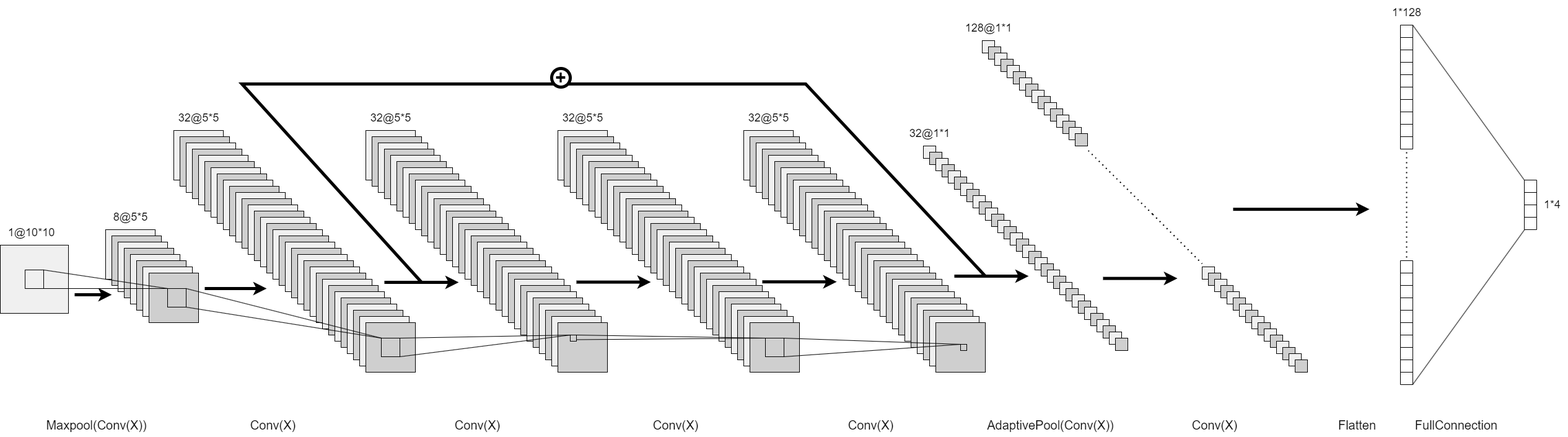
Before: cnn.drawio.png, a diagram exported from draw.io (Purer-lyk/network_pic). Source tidied: cells renumbered, new cells last; positions are measured from the earlier drawing's top-left corner, leaving out a move shared by most shapes.
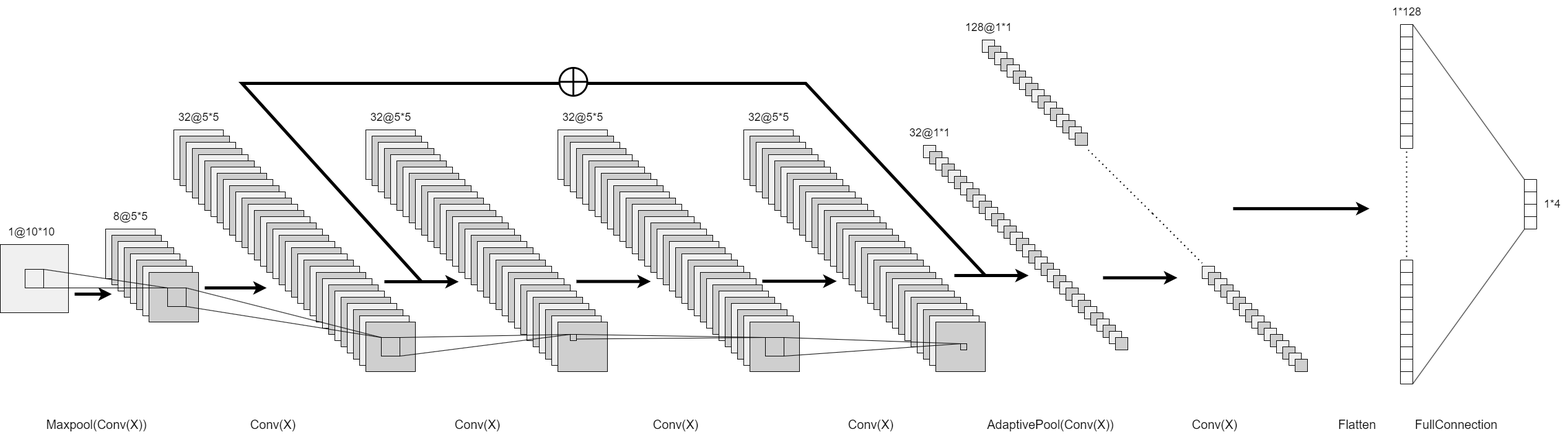
The same file after the commit.

Change to the diagram source:
```diff
@@ -917,9 +917,6 @@
         </Array>
       </mxGeometry>
     </mxCell>
-    <mxCell id="295" value="&lt;font style=&quot;font-size: 30px;&quot;&gt;+&lt;/font&gt;" style="ellipse;whiteSpace=wrap;html=1;fontStyle=1;strokeWidth=5;" parent="1" vertex="1">
-      <mxGeometry x="890" y="110" width="30" height="30" as="geometry" />
-    </mxCell>
     <mxCell id="296" value="&lt;font style=&quot;font-size: 20px;&quot;&gt;Conv(X)&lt;br&gt;&lt;/font&gt;" style="text;html=1;align=center;verticalAlign=middle;strokeColor=none;fillColor=none;" parent="1" vertex="1">
       <mxGeometry x="1910" y="665" width="100" height="40" as="geometry" />
     </mxCell>
@@ -947,5 +944,8 @@
     <mxCell id="303" value="&lt;font style=&quot;font-size: 18px;&quot;&gt;1*4&lt;/font&gt;" style="text;html=1;align=center;verticalAlign=middle;strokeColor=none;fillColor=none;" parent="1" vertex="1">
       <mxGeometry x="2480" y="310" width="50" height="40" as="geometry" />
     </mxCell>
+    <mxCell id="304" style="verticalLabelPosition=bottom;verticalAlign=top;html=1;shape=mxgraph.flowchart.summing_function;strokeWidth=3;" parent="1" vertex="1">
+      <mxGeometry x="902.5" y="110" width="45" height="45" as="geometry" />
+    </mxCell>
   </root>
 </mxGraphModel>
```
